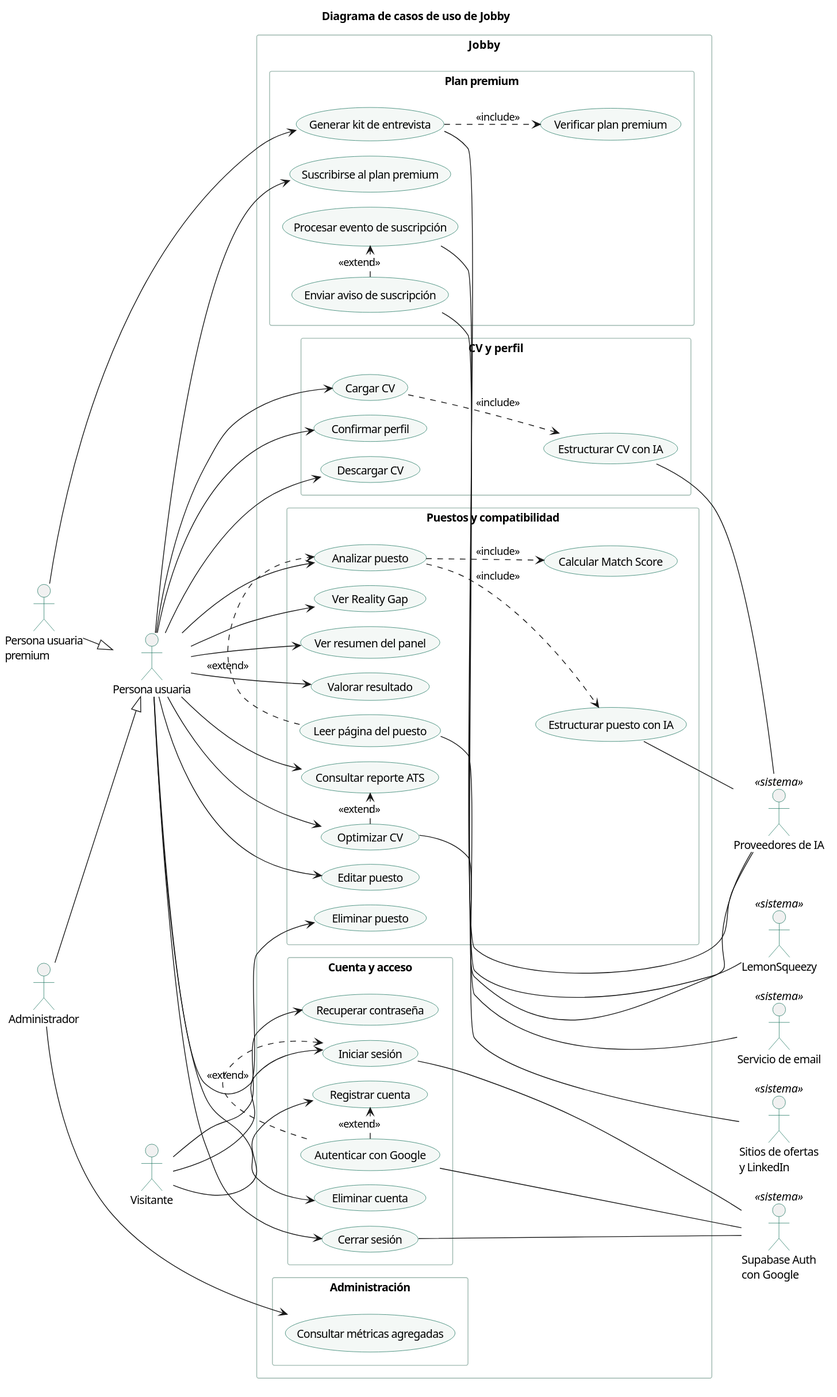
The PlantUML diagram docs/diagramas/casos-de-uso.svg in Buatishi/Jobby, before a commit.
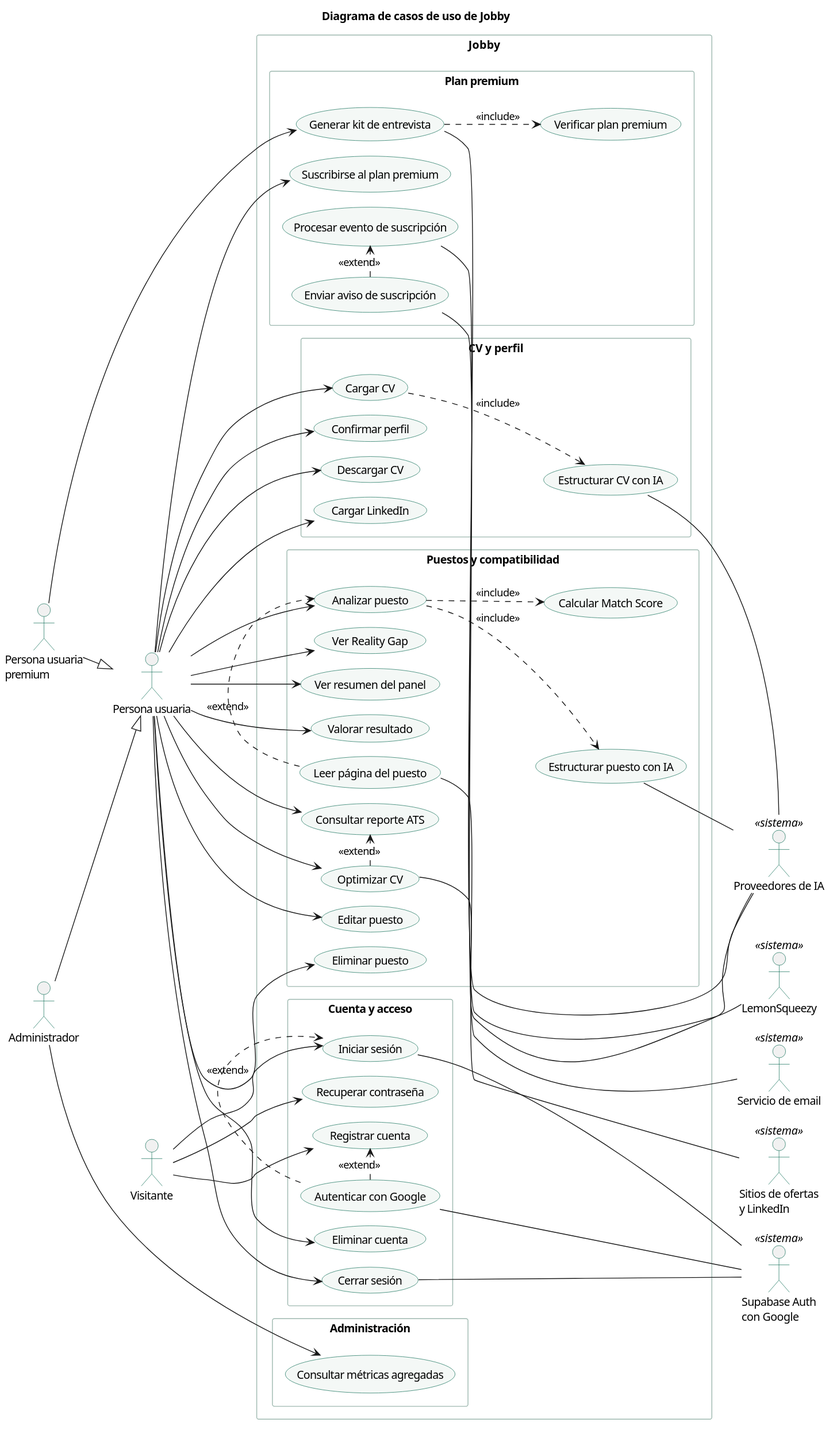
Above is the later version.

Commit message:
Document the LinkedIn card, the linkedin document type and Decision 31

The edit, as a diff of the source:
```diff
@@ -34,6 +34,7 @@
     usecase "Estructurar CV con IA" as CU06
     usecase "Confirmar perfil" as CU07
     usecase "Descargar CV" as CU27
+    usecase "Cargar LinkedIn" as CU28
   }
   rectangle "Puestos y compatibilidad" {
     usecase "Analizar puesto" as CU08
@@ -78,6 +79,7 @@
 U --> CU05
 U --> CU07
 U --> CU27
+U --> CU28
 U --> CU08
 U --> CU25
 U --> CU26
```
